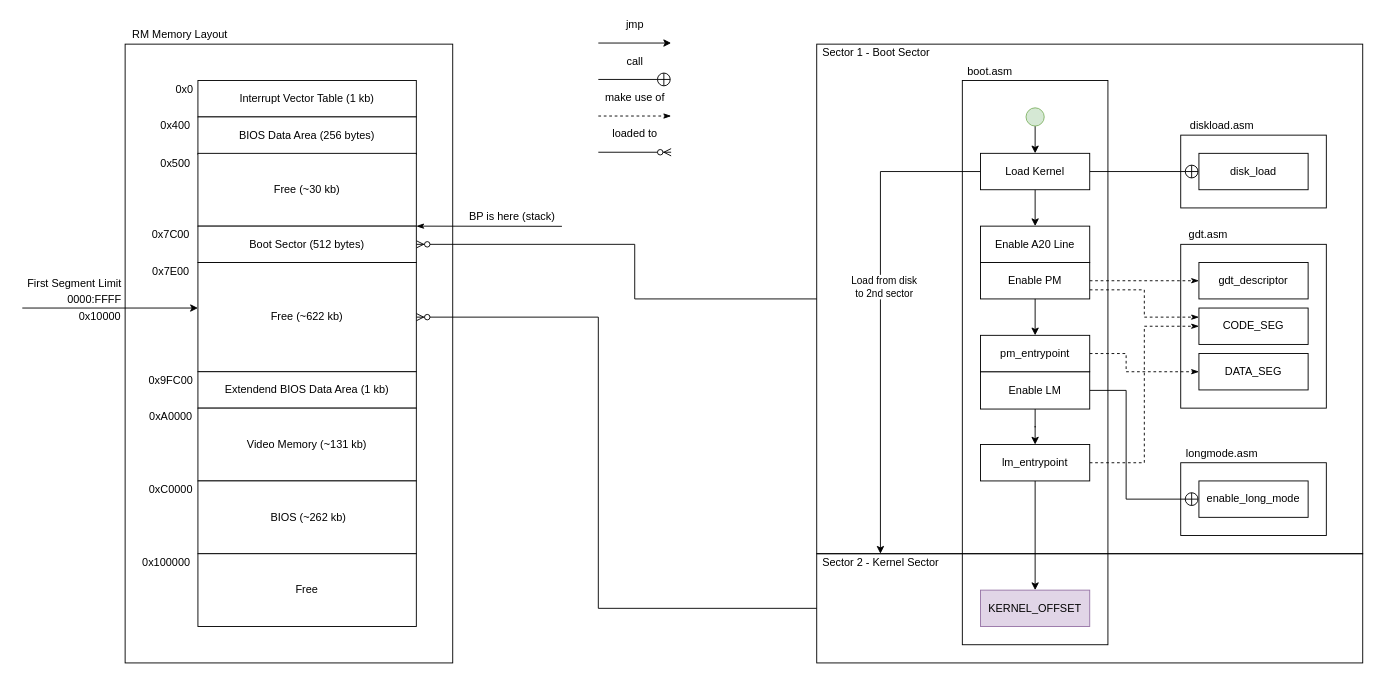
Earlier version of the draw.io diagram flow.drawio (ofabricio/os). Source tidied: cells renumbered, new cells numbered last; positions are measured from the earlier drawing's top-left corner, leaving out a move shared by most shapes. Both pictures are drawn from the tidied source at 91%, with x=0, y=0 at pixel (22, 15).
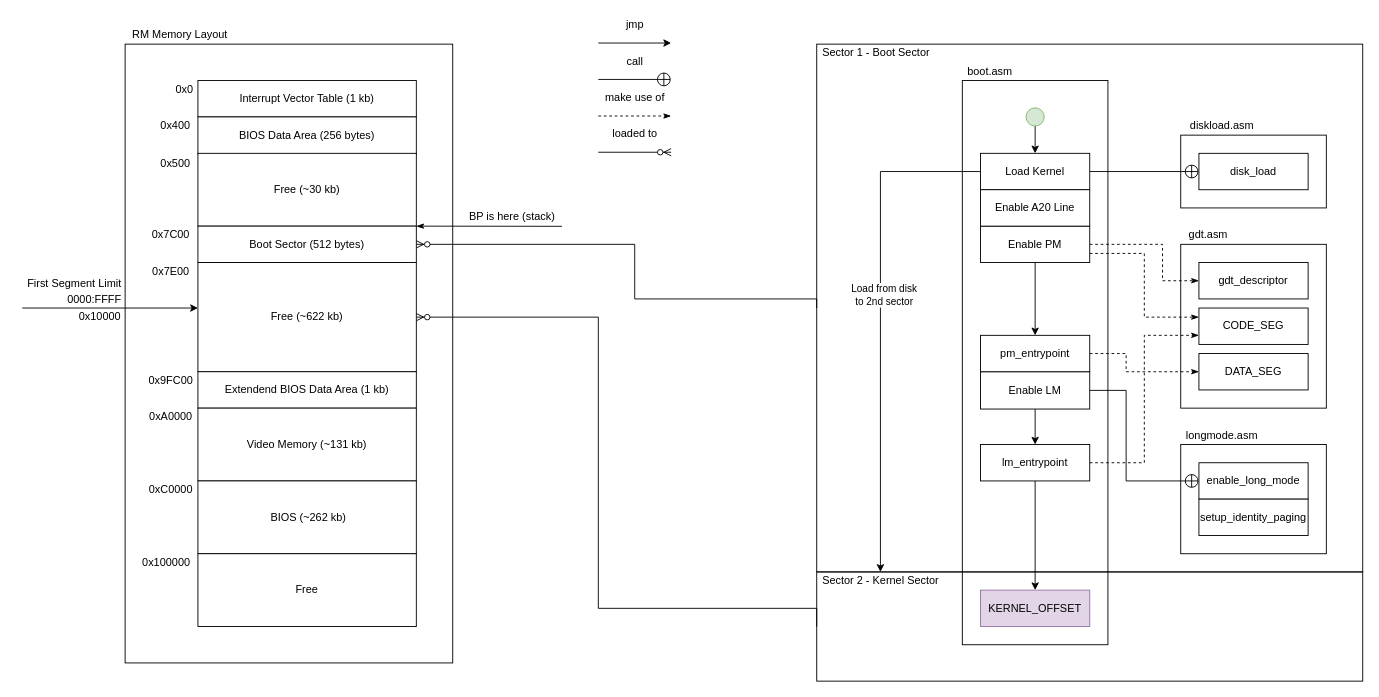
After the change.

The change refers to these unchanged cells:
```xml
<mxCell id="12" value="Load Kernel" style="whiteSpace=wrap;html=1;" parent="1" vertex="1">
  <mxGeometry x="1053" y="151" width="120" height="40" as="geometry" />
</mxCell>
<mxCell id="18" value="Enable LM" style="whiteSpace=wrap;html=1;" parent="1" vertex="1">
  <mxGeometry x="1053" y="391" width="120" height="41" as="geometry" />
</mxCell>
<mxCell id="30" value="gdt_descriptor" style="whiteSpace=wrap;html=1;" parent="1" vertex="1">
  <mxGeometry x="1293" y="271" width="120" height="40" as="geometry" />
</mxCell>
<mxCell id="32" value="CODE_SEG" style="whiteSpace=wrap;html=1;" parent="1" vertex="1">
  <mxGeometry x="1293" y="321" width="120" height="40" as="geometry" />
</mxCell>
<mxCell id="36" value="lm_entrypoint" style="whiteSpace=wrap;html=1;" parent="1" vertex="1">
  <mxGeometry x="1053" y="471" width="120" height="40" as="geometry" />
</mxCell>
```

What changed in the source:
```diff
@@
     <mxCell id="3" style="whiteSpace=wrap;html=1;fillColor=none;" parent="1" vertex="1">
-      <mxGeometry x="873" y="591" width="600" height="120" as="geometry" />
+      <mxGeometry x="873" y="611" width="600" height="120" as="geometry" />
     </mxCell>
@@
     <mxCell id="5" style="whiteSpace=wrap;html=1;fillColor=none;" parent="1" vertex="1">
-      <mxGeometry x="873" y="31" width="600" height="560" as="geometry" />
+      <mxGeometry x="873" y="31" width="600" height="580" as="geometry" />
     </mxCell>
@@
-    <mxCell id="9" style="edgeStyle=orthogonalEdgeStyle;rounded=0;jettySize=auto;html=1;" parent="1" edge="1" source="12" target="39">
-      <mxGeometry relative="1" as="geometry" />
-    </mxCell>
@@
     <mxCell id="13" style="edgeStyle=orthogonalEdgeStyle;rounded=0;jettySize=auto;html=1;dashed=1;endArrow=classicThin;endFill=1;" parent="1" edge="1" source="26" target="30">
-      <mxGeometry relative="1" as="geometry" />
+      <mxGeometry relative="1" as="geometry">
+        <Array as="points">
+          <mxPoint x="1253" y="251" />
+          <mxPoint x="1253" y="291" />
+        </Array>
+      </mxGeometry>
     </mxCell>
     <mxCell id="14" style="edgeStyle=orthogonalEdgeStyle;rounded=0;jettySize=auto;html=1;exitX=1;exitY=0.75;exitDx=0;exitDy=0;entryX=0;entryY=0.25;entryDx=0;entryDy=0;dashed=1;endFill=1;endArrow=classicThin;" parent="1" edge="1" source="26" target="32">
       <mxGeometry relative="1" as="geometry">
         <Array as="points">
-          <mxPoint x="1233" y="301" />
+          <mxPoint x="1233" y="261" />
           <mxPoint x="1233" y="331" />
         </Array>
       </mxGeometry>
     </mxCell>
@@
+    <mxCell id="17" style="edgeStyle=orthogonalEdgeStyle;rounded=0;jettySize=auto;html=1;exitX=1;exitY=0.5;exitDx=0;exitDy=0;entryX=0;entryY=0.5;entryDx=0;entryDy=0;endFill=0;endArrow=circlePlus;startFill=0;" parent="1" edge="1" source="18" target="77">
+      <mxGeometry relative="1" as="geometry">
+        <Array as="points">
+          <mxPoint x="1213" y="412" />
+          <mxPoint x="1213" y="511" />
+        </Array>
+      </mxGeometry>
+    </mxCell>
-    <mxCell id="16" style="edgeStyle=orthogonalEdgeStyle;rounded=0;jettySize=auto;html=1;" parent="1" edge="1" source="18" target="36">
+    <mxCell id="16" style="edgeStyle=orthogonalEdgeStyle;rounded=0;jettySize=auto;html=1;exitX=0.5;exitY=1;exitDx=0;exitDy=0;entryX=0.5;entryY=0;entryDx=0;entryDy=0;" parent="1" edge="1" source="18" target="36">
       <mxGeometry relative="1" as="geometry" />
     </mxCell>
-    <mxCell id="17" style="edgeStyle=orthogonalEdgeStyle;rounded=0;jettySize=auto;html=1;exitX=1;exitY=0.5;exitDx=0;exitDy=0;entryX=0;entryY=0.5;entryDx=0;entryDy=0;endFill=0;endArrow=circlePlus;startFill=0;" parent="1" edge="1" source="18" target="77">
-      <mxGeometry relative="1" as="geometry">
-        <Array as="points">
-          <mxPoint x="1213" y="412" />
-          <mxPoint x="1213" y="531" />
-        </Array>
-      </mxGeometry>
-    </mxCell>
@@
     <mxCell id="25" value="Sector 2 - Kernel Sector" style="text;html=1;align=center;verticalAlign=middle;points=[];" parent="1" vertex="1">
-      <mxGeometry x="873" y="591" width="140" height="20" as="geometry" />
+      <mxGeometry x="873" y="611" width="140" height="20" as="geometry" />
     </mxCell>
     <mxCell id="26" value="Enable PM" style="whiteSpace=wrap;html=1;" parent="1" vertex="1">
-      <mxGeometry x="1053" y="271" width="120" height="40" as="geometry" />
+      <mxGeometry x="1053" y="231" width="120" height="40" as="geometry" />
     </mxCell>
@@
-    <mxCell id="34" style="edgeStyle=orthogonalEdgeStyle;rounded=0;jettySize=auto;html=1;exitX=1;exitY=0.5;exitDx=0;exitDy=0;entryX=0;entryY=0.5;entryDx=0;entryDy=0;dashed=1;endFill=1;endArrow=classicThin;" parent="1" edge="1" source="36" target="32">
+    <mxCell id="34" style="edgeStyle=orthogonalEdgeStyle;rounded=0;jettySize=auto;html=1;exitX=1;exitY=0.5;exitDx=0;exitDy=0;entryX=0;entryY=0.75;entryDx=0;entryDy=0;dashed=1;endFill=1;endArrow=classicThin;" parent="1" edge="1" source="36" target="32">
       <mxGeometry relative="1" as="geometry">
         <Array as="points">
           <mxPoint x="1233" y="491" />
-          <mxPoint x="1233" y="341" />
+          <mxPoint x="1233" y="351" />
         </Array>
       </mxGeometry>
     </mxCell>
@@
     <mxCell id="39" value="Enable A20 Line" style="whiteSpace=wrap;html=1;" parent="1" vertex="1">
-      <mxGeometry x="1053" y="231" width="120" height="40" as="geometry" />
+      <mxGeometry x="1053" y="191" width="120" height="40" as="geometry" />
     </mxCell>
@@
     <mxCell id="75" style="whiteSpace=wrap;html=1;fillColor=none;" parent="1" vertex="1">
-      <mxGeometry x="1273" y="491" width="160" height="80" as="geometry" />
+      <mxGeometry x="1273" y="471" width="160" height="120" as="geometry" />
     </mxCell>
     <mxCell id="76" value="longmode.asm" style="text;html=1;align=center;verticalAlign=middle;" parent="1" vertex="1">
-      <mxGeometry x="1273" y="471" width="90" height="20" as="geometry" />
+      <mxGeometry x="1273" y="451" width="90" height="20" as="geometry" />
     </mxCell>
     <mxCell id="77" value="enable_long_mode" style="whiteSpace=wrap;html=1;" parent="1" vertex="1">
-      <mxGeometry x="1293" y="511" width="120" height="40" as="geometry" />
+      <mxGeometry x="1293" y="491" width="120" height="40" as="geometry" />
     </mxCell>
+    <mxCell id="78" value="setup_identity_paging" style="whiteSpace=wrap;html=1;" parent="1" vertex="1">
+      <mxGeometry x="1293" y="531" width="120" height="40" as="geometry" />
+    </mxCell>
```
